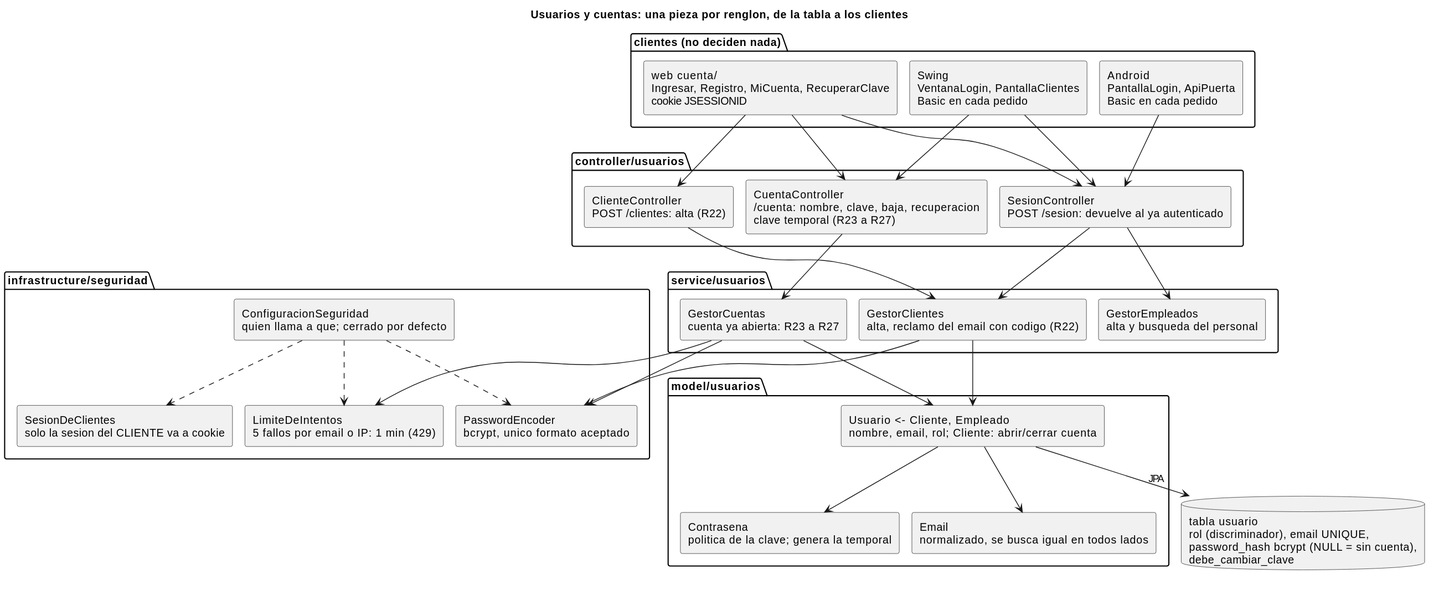
Above: _other/docs/diagramas/usuarios-capas.svg in andreiveisuade/cine-uade (PlantUML), before the change.
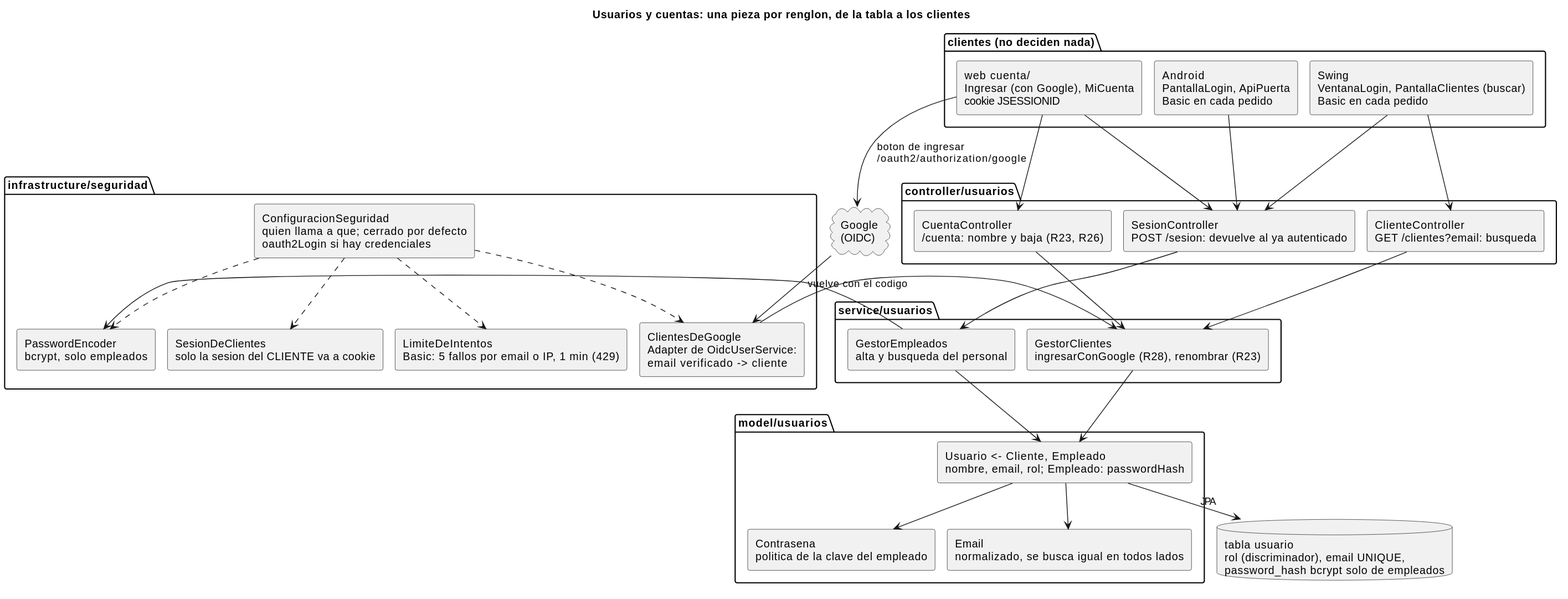
After the commit.

The edit, as a diff of the source:
```diff
@@ -7,56 +7,58 @@
 skinparam defaultTextAlignment left
 
 package "clientes (no deciden nada)" {
-  [web cuenta/\nIngresar, Registro, MiCuenta, RecuperarClave\ncookie JSESSIONID] as WEB
-  [Swing\nVentanaLogin, PantallaClientes\nBasic en cada pedido] as SW
+  [web cuenta/\nIngresar (con Google), MiCuenta\ncookie JSESSIONID] as WEB
+  [Swing\nVentanaLogin, PantallaClientes (buscar)\nBasic en cada pedido] as SW
   [Android\nPantallaLogin, ApiPuerta\nBasic en cada pedido] as AND
 }
 
+cloud "Google\n(OIDC)" as GOO
+
 package "controller/usuarios" {
   [SesionController\nPOST /sesion: devuelve al ya autenticado] as SC
-  [ClienteController\nPOST /clientes: alta (R22)] as CC
-  [CuentaController\n/cuenta: nombre, clave, baja, recuperacion\nclave temporal (R23 a R27)] as CUC
+  [ClienteController\nGET /clientes?email: busqueda] as CC
+  [CuentaController\n/cuenta: nombre y baja (R23, R26)] as CUC
 }
 
 package "service/usuarios" {
-  [GestorClientes\nalta, reclamo del email con codigo (R22)] as GCL
-  [GestorCuentas\ncuenta ya abierta: R23 a R27] as GCU
+  [GestorClientes\ningresarConGoogle (R28), renombrar (R23)] as GCL
   [GestorEmpleados\nalta y busqueda del personal] as GEM
 }
 
 package "infrastructure/seguridad" {
-  [ConfiguracionSeguridad\nquien llama a que; cerrado por defecto] as CFG
-  [PasswordEncoder\nbcrypt, unico formato aceptado] as BC
+  [ConfiguracionSeguridad\nquien llama a que; cerrado por defecto\noauth2Login si hay credenciales] as CFG
+  [ClientesDeGoogle\nAdapter de OidcUserService:\nemail verificado -> cliente] as CDG
+  [PasswordEncoder\nbcrypt, solo empleados] as BC
   [SesionDeClientes\nsolo la sesion del CLIENTE va a cookie] as SDC
-  [LimiteDeIntentos\n5 fallos por email o IP: 1 min (429)] as LI
+  [LimiteDeIntentos\nBasic: 5 fallos por email o IP, 1 min (429)] as LI
 }
 
 package "model/usuarios" {
-  [Usuario  <- Cliente, Empleado\nnombre, email, rol; Cliente: abrir/cerrar cuenta] as US
+  [Usuario  <- Cliente, Empleado\nnombre, email, rol; Empleado: passwordHash] as US
   [Email\nnormalizado, se busca igual en todos lados] as EM
-  [Contrasena\npolitica de la clave; genera la temporal] as CO
+  [Contrasena\npolitica de la clave del empleado] as CO
 }
 
-database "tabla usuario\nrol (discriminador), email UNIQUE,\npassword_hash bcrypt (NULL = sin cuenta),\ndebe_cambiar_clave" as DB
+database "tabla usuario\nrol (discriminador), email UNIQUE,\npassword_hash bcrypt solo de empleados" as DB
 
+WEB --> GOO : boton de ingresar\n/oauth2/authorization/google
+GOO --> CDG : vuelve con el codigo
 WEB --> SC
-WEB --> CC
 WEB --> CUC
 SW --> SC
-SW --> CUC
+SW --> CC
 AND --> SC
-SC --> GCL
+CDG --> GCL
 SC --> GEM
 CC --> GCL
-CUC --> GCU
-GCU --> LI
-GCU --> BC
-GCL --> BC
-GCU --> US
+CUC --> GCL
+GEM --> BC
 GCL --> US
+GEM --> US
 US --> EM
 US --> CO
 US --> DB : JPA
+CFG ..> CDG
 CFG ..> SDC
 CFG ..> LI
 CFG ..> BC
```
